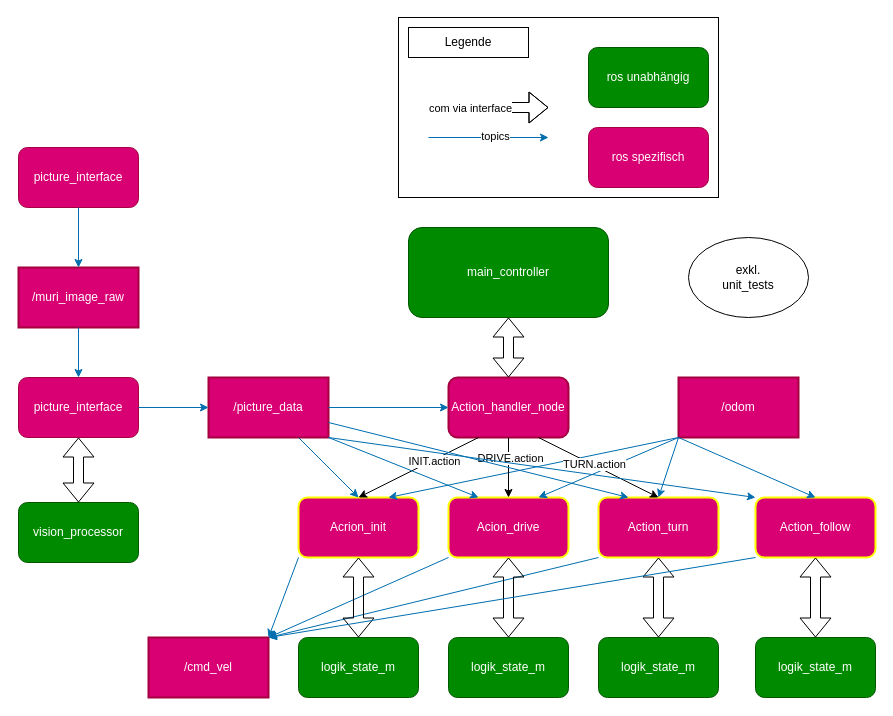
This is page "Seite-1" (1 of 2) of misc/arch-follow.drawio from derlole/MURI, a draw.io file, before an edit. Source tidied: cells renumbered, new cells numbered last; positions are measured from the earlier drawing's top-left corner, leaving out a move shared by most shapes. Both pictures are drawn from the tidied source at 100%, with x=0, y=0 at pixel (18, 17).
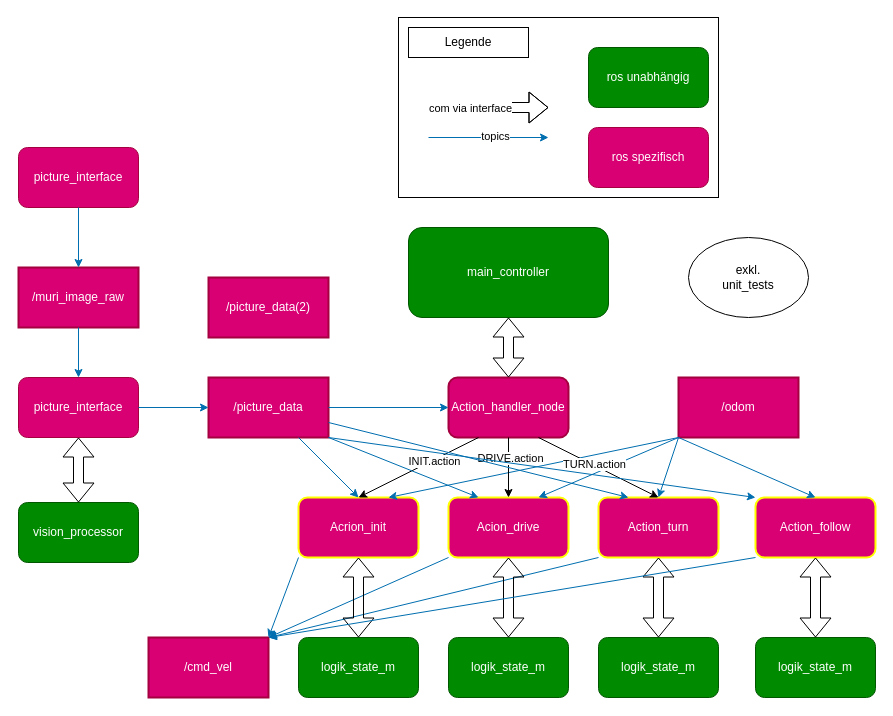
The same diagram, later.

Commit message:
arch and msg

What changed in the source:
```diff
@@
+    <mxCell id="57" value="/picture_data(2)" style="rounded=0;whiteSpace=wrap;html=1;fillColor=#d80073;fontColor=#ffffff;strokeColor=light-dark(#A50040, #00eeff);strokeWidth=2;" parent="1" vertex="1">
+      <mxGeometry x="190" y="260" width="120" height="60" as="geometry" />
+    </mxCell>
```
